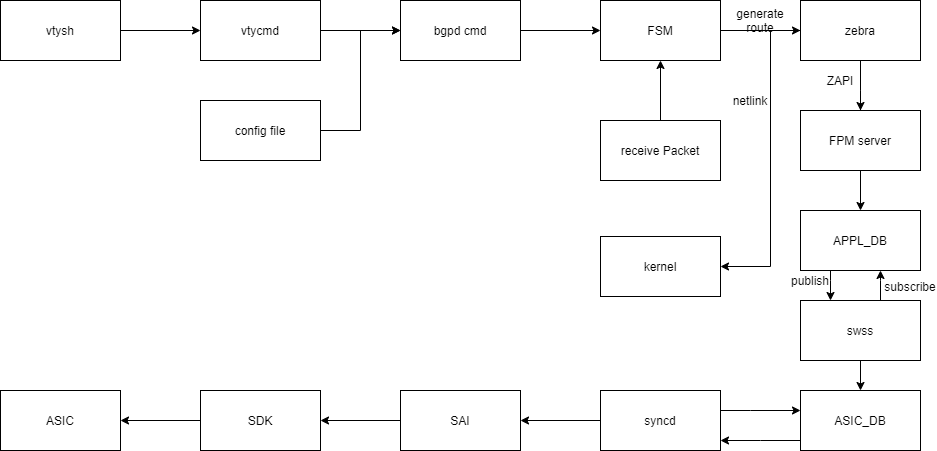
The draw.io diagram pictures/route-flow.png in Rancho333/rancho333.github.io, before a commit. Source tidied: cells renumbered, new cells last; positions are measured from the earlier drawing's top-left corner, leaving out a move shared by most shapes.
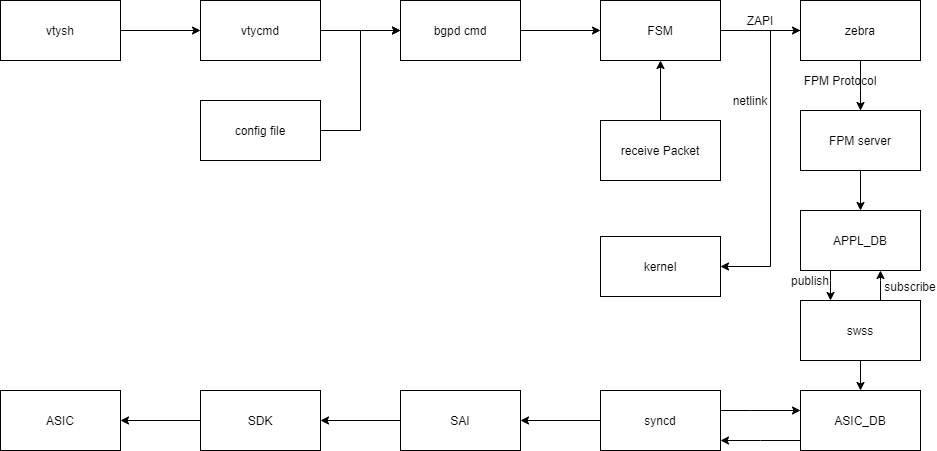
After the change.

The edit, as a diff of the source:
```diff
@@ -54,7 +54,7 @@
     <mxCell id="16" value="netlink" style="text;html=1;strokeColor=none;fillColor=none;align=center;verticalAlign=middle;whiteSpace=wrap;rounded=0;" parent="1" vertex="1">
       <mxGeometry x="730" y="90" width="40" height="20" as="geometry" />
     </mxCell>
-    <mxCell id="17" value="generate route" style="text;html=1;strokeColor=none;fillColor=none;align=center;verticalAlign=middle;whiteSpace=wrap;rounded=0;" parent="1" vertex="1">
+    <mxCell id="17" value="ZAPI" style="text;html=1;strokeColor=none;fillColor=none;align=center;verticalAlign=middle;whiteSpace=wrap;rounded=0;" parent="1" vertex="1">
       <mxGeometry x="740" y="10" width="40" height="20" as="geometry" />
     </mxCell>
     <mxCell id="18" style="edgeStyle=orthogonalEdgeStyle;rounded=0;jettySize=auto;html=1;entryX=0;entryY=0.5;entryDx=0;entryDy=0;" parent="1" edge="1" source="19" target="7">
@@ -145,7 +145,7 @@
     <mxCell id="39" value="ASIC" style="whiteSpace=wrap;html=1;rounded=0;" parent="1" vertex="1">
       <mxGeometry y="390" width="120" height="60" as="geometry" />
     </mxCell>
-    <mxCell id="40" value="ZAPI" style="text;html=1;strokeColor=none;fillColor=none;align=center;verticalAlign=middle;whiteSpace=wrap;rounded=0;" parent="1" vertex="1">
+    <mxCell id="40" value="FPM&amp;nbsp;Protocol" style="text;html=1;strokeColor=none;fillColor=none;align=center;verticalAlign=middle;whiteSpace=wrap;rounded=0;" parent="1" vertex="1">
       <mxGeometry x="820" y="70" width="40" height="20" as="geometry" />
     </mxCell>
   </root>
```
